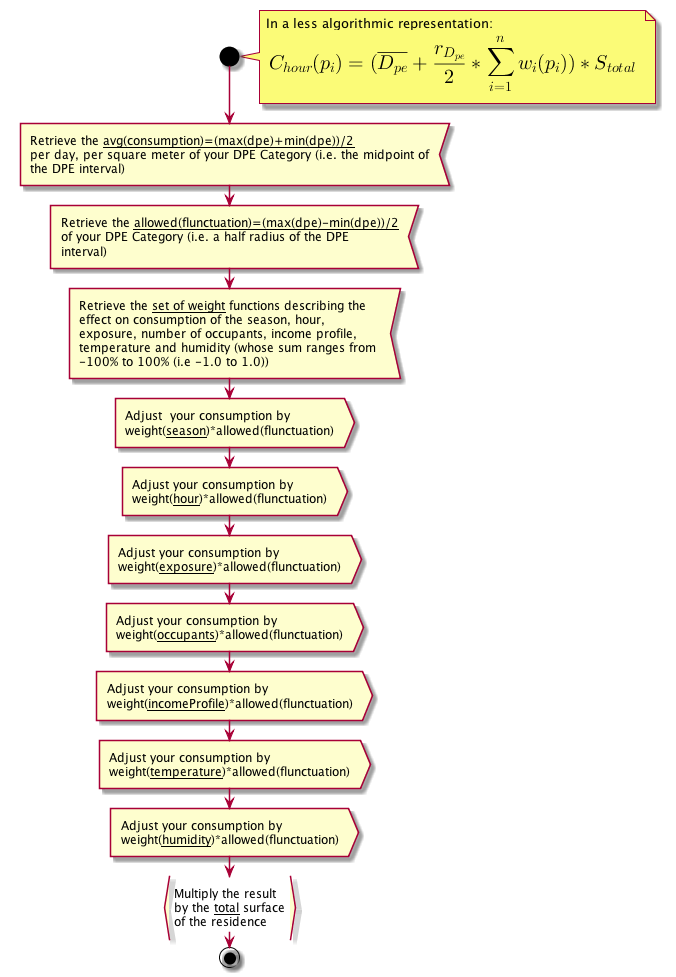
Before: geraniumUmlActivity.png, a diagram exported from PlantUML (npapoylias/Geranium).
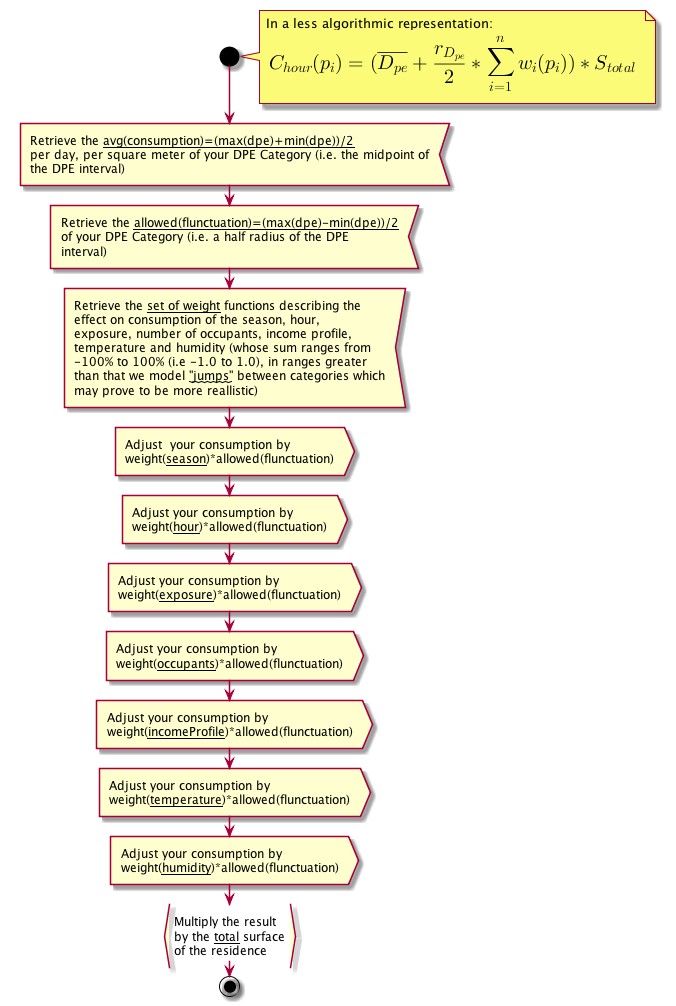
Later version of the same file.

Commit message:
updating activity, to comment on DPE category jumps

What changed in the source:
```diff
@@ -14,7 +14,9 @@
 effect on consumption of the season, hour,
 exposure, number of occupants, income profile,
 temperature and humidity (whose sum ranges from
--100% to 100% (i.e -1.0 to 1.0))<
+-100% to 100% (i.e -1.0 to 1.0), in ranges greater
+than that we model ~~"jumps"~~ between categories which
+may prove to be more reallistic)<
 :Adjust  your consumption by
 weight(__season__)*allowed(flunctuation)>
 :Adjust your consumption by
```
